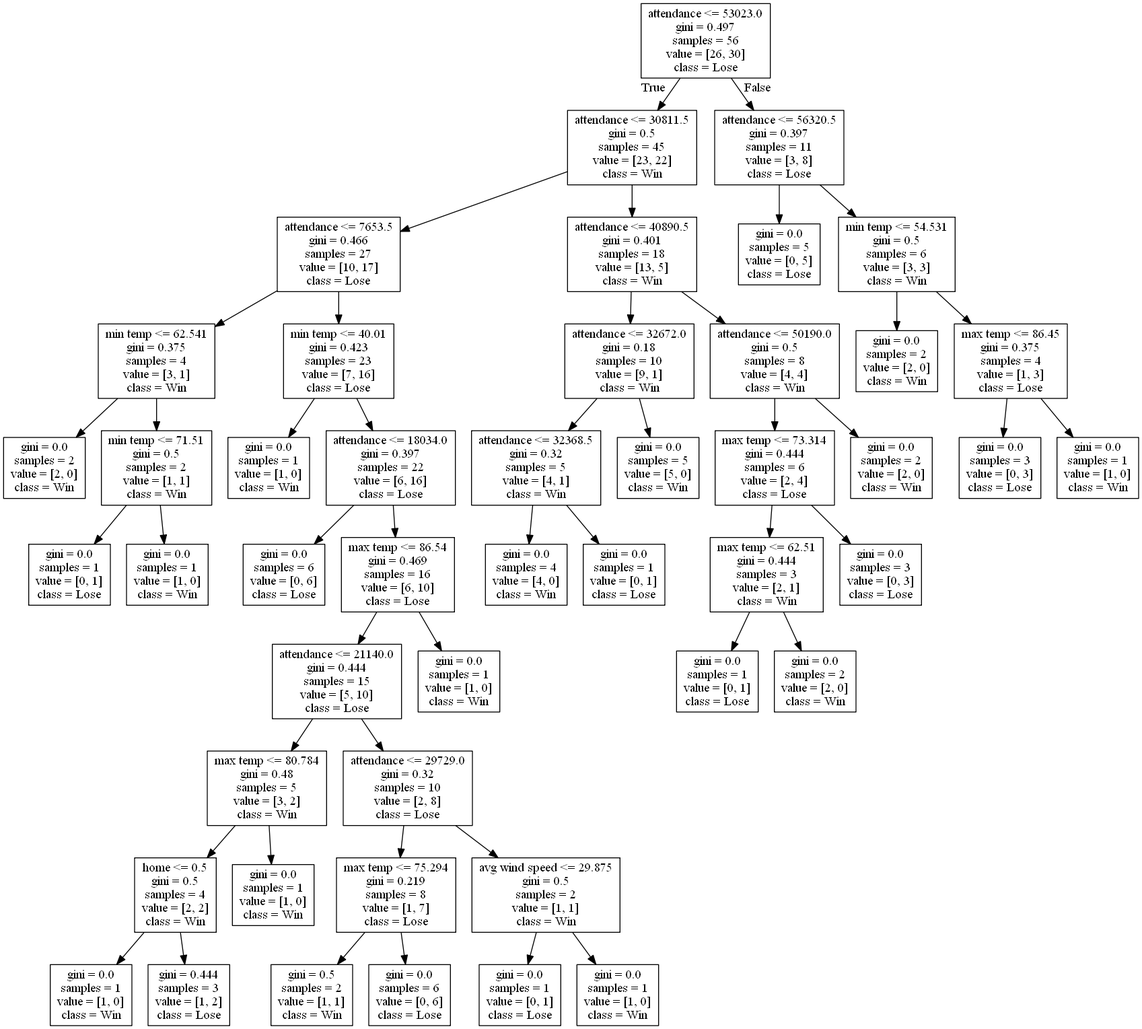
The Graphviz diagram DecisionTrees/decision_tree_no_score7.png in alexana-steck/CSE482Project, before a commit. Its source is kept beside it as DecisionTrees/decision_tree_no_score7.dot.
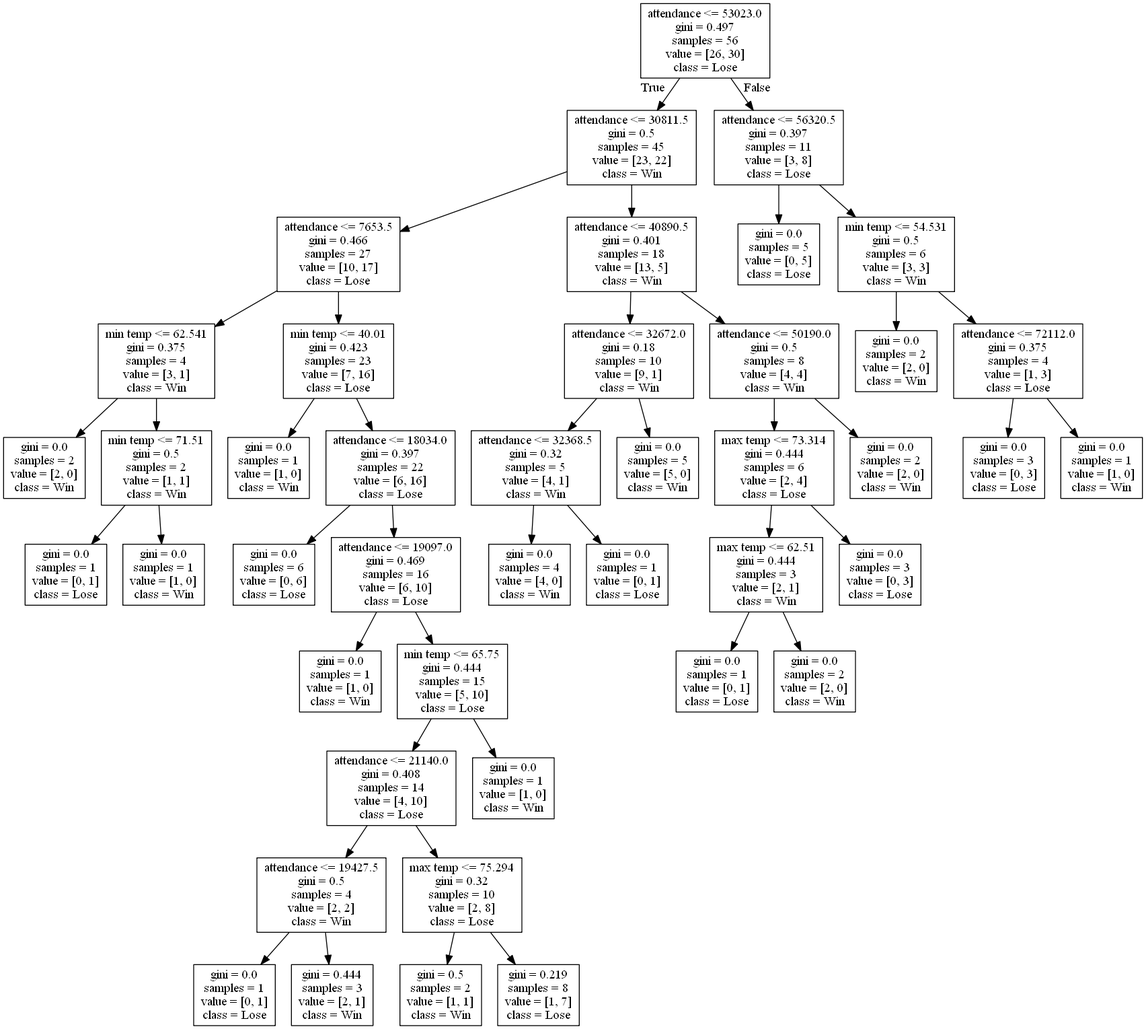
Above is the later version.

What changed in the source:
```diff
@@ -23,74 +23,66 @@
 8 -> 10 ;
 11 [label="gini = 0.0\nsamples = 6\nvalue = [0, 6]\nclass = Lose"] ;
 10 -> 11 ;
-12 [label="max temp <= 86.54\ngini = 0.469\nsamples = 16\nvalue = [6, 10]\nclass = Lose"] ;
+12 [label="attendance <= 19097.0\ngini = 0.469\nsamples = 16\nvalue = [6, 10]\nclass = Lose"] ;
 10 -> 12 ;
-13 [label="attendance <= 21140.0\ngini = 0.444\nsamples = 15\nvalue = [5, 10]\nclass = Lose"] ;
+13 [label="gini = 0.0\nsamples = 1\nvalue = [1, 0]\nclass = Win"] ;
 12 -> 13 ;
-14 [label="max temp <= 80.784\ngini = 0.48\nsamples = 5\nvalue = [3, 2]\nclass = Win"] ;
-13 -> 14 ;
-15 [label="home <= 0.5\ngini = 0.5\nsamples = 4\nvalue = [2, 2]\nclass = Win"] ;
+14 [label="min temp <= 65.75\ngini = 0.444\nsamples = 15\nvalue = [5, 10]\nclass = Lose"] ;
+12 -> 14 ;
+15 [label="attendance <= 21140.0\ngini = 0.408\nsamples = 14\nvalue = [4, 10]\nclass = Lose"] ;
 14 -> 15 ;
-16 [label="gini = 0.0\nsamples = 1\nvalue = [1, 0]\nclass = Win"] ;
+16 [label="attendance <= 19427.5\ngini = 0.5\nsamples = 4\nvalue = [2, 2]\nclass = Win"] ;
 15 -> 16 ;
-17 [label="gini = 0.444\nsamples = 3\nvalue = [1, 2]\nclass = Lose"] ;
-15 -> 17 ;
-18 [label="gini = 0.0\nsamples = 1\nvalue = [1, 0]\nclass = Win"] ;
-14 -> 18 ;
-19 [label="attendance <= 29729.0\ngini = 0.32\nsamples = 10\nvalue = [2, 8]\nclass = Lose"] ;
-13 -> 19 ;
-20 [label="max temp <= 75.294\ngini = 0.219\nsamples = 8\nvalue = [1, 7]\nclass = Lose"] ;
+17 [label="gini = 0.0\nsamples = 1\nvalue = [0, 1]\nclass = Lose"] ;
+16 -> 17 ;
+18 [label="gini = 0.444\nsamples = 3\nvalue = [2, 1]\nclass = Win"] ;
+16 -> 18 ;
+19 [label="max temp <= 75.294\ngini = 0.32\nsamples = 10\nvalue = [2, 8]\nclass = Lose"] ;
+15 -> 19 ;
+20 [label="gini = 0.5\nsamples = 2\nvalue = [1, 1]\nclass = Win"] ;
 19 -> 20 ;
-21 [label="gini = 0.5\nsamples = 2\nvalue = [1, 1]\nclass = Win"] ;
-20 -> 21 ;
-22 [label="gini = 0.0\nsamples = 6\nvalue = [0, 6]\nclass = Lose"] ;
-20 -> 22 ;
-23 [label="avg wind speed <= 29.875\ngini = 0.5\nsamples = 2\nvalue = [1, 1]\nclass = Win"] ;
-19 -> 23 ;
-24 [label="gini = 0.0\nsamples = 1\nvalue = [0, 1]\nclass = Lose"] ;
+21 [label="gini = 0.219\nsamples = 8\nvalue = [1, 7]\nclass = Lose"] ;
+19 -> 21 ;
+22 [label="gini = 0.0\nsamples = 1\nvalue = [1, 0]\nclass = Win"] ;
+14 -> 22 ;
+23 [label="attendance <= 40890.5\ngini = 0.401\nsamples = 18\nvalue = [13, 5]\nclass = Win"] ;
+1 -> 23 ;
+24 [label="attendance <= 32672.0\ngini = 0.18\nsamples = 10\nvalue = [9, 1]\nclass = Win"] ;
 23 -> 24 ;
-25 [label="gini = 0.0\nsamples = 1\nvalue = [1, 0]\nclass = Win"] ;
-23 -> 25 ;
-26 [label="gini = 0.0\nsamples = 1\nvalue = [1, 0]\nclass = Win"] ;
-12 -> 26 ;
-27 [label="attendance <= 40890.5\ngini = 0.401\nsamples = 18\nvalue = [13, 5]\nclass = Win"] ;
-1 -> 27 ;
-28 [label="attendance <= 32672.0\ngini = 0.18\nsamples = 10\nvalue = [9, 1]\nclass = Win"] ;
-27 -> 28 ;
-29 [label="attendance <= 32368.5\ngini = 0.32\nsamples = 5\nvalue = [4, 1]\nclass = Win"] ;
-28 -> 29 ;
-30 [label="gini = 0.0\nsamples = 4\nvalue = [4, 0]\nclass = Win"] ;
+25 [label="attendance <= 32368.5\ngini = 0.32\nsamples = 5\nvalue = [4, 1]\nclass = Win"] ;
+24 -> 25 ;
+26 [label="gini = 0.0\nsamples = 4\nvalue = [4, 0]\nclass = Win"] ;
+25 -> 26 ;
+27 [label="gini = 0.0\nsamples = 1\nvalue = [0, 1]\nclass = Lose"] ;
+25 -> 27 ;
+28 [label="gini = 0.0\nsamples = 5\nvalue = [5, 0]\nclass = Win"] ;
+24 -> 28 ;
+29 [label="attendance <= 50190.0\ngini = 0.5\nsamples = 8\nvalue = [4, 4]\nclass = Win"] ;
+23 -> 29 ;
+30 [label="max temp <= 73.314\ngini = 0.444\nsamples = 6\nvalue = [2, 4]\nclass = Lose"] ;
 29 -> 30 ;
-31 [label="gini = 0.0\nsamples = 1\nvalue = [0, 1]\nclass = Lose"] ;
-29 -> 31 ;
-32 [label="gini = 0.0\nsamples = 5\nvalue = [5, 0]\nclass = Win"] ;
-28 -> 32 ;
-33 [label="attendance <= 50190.0\ngini = 0.5\nsamples = 8\nvalue = [4, 4]\nclass = Win"] ;
-27 -> 33 ;
-34 [label="max temp <= 73.314\ngini = 0.444\nsamples = 6\nvalue = [2, 4]\nclass = Lose"] ;
-33 -> 34 ;
-35 [label="max temp <= 62.51\ngini = 0.444\nsamples = 3\nvalue = [2, 1]\nclass = Win"] ;
-34 -> 35 ;
-36 [label="gini = 0.0\nsamples = 1\nvalue = [0, 1]\nclass = Lose"] ;
-35 -> 36 ;
-37 [label="gini = 0.0\nsamples = 2\nvalue = [2, 0]\nclass = Win"] ;
-35 -> 37 ;
-38 [label="gini = 0.0\nsamples = 3\nvalue = [0, 3]\nclass = Lose"] ;
-34 -> 38 ;
+31 [label="max temp <= 62.51\ngini = 0.444\nsamples = 3\nvalue = [2, 1]\nclass = Win"] ;
+30 -> 31 ;
+32 [label="gini = 0.0\nsamples = 1\nvalue = [0, 1]\nclass = Lose"] ;
+31 -> 32 ;
+33 [label="gini = 0.0\nsamples = 2\nvalue = [2, 0]\nclass = Win"] ;
+31 -> 33 ;
+34 [label="gini = 0.0\nsamples = 3\nvalue = [0, 3]\nclass = Lose"] ;
+30 -> 34 ;
+35 [label="gini = 0.0\nsamples = 2\nvalue = [2, 0]\nclass = Win"] ;
+29 -> 35 ;
+36 [label="attendance <= 56320.5\ngini = 0.397\nsamples = 11\nvalue = [3, 8]\nclass = Lose"] ;
+0 -> 36 [labeldistance=2.5, labelangle=-45, headlabel="False"] ;
+37 [label="gini = 0.0\nsamples = 5\nvalue = [0, 5]\nclass = Lose"] ;
+36 -> 37 ;
+38 [label="min temp <= 54.531\ngini = 0.5\nsamples = 6\nvalue = [3, 3]\nclass = Win"] ;
+36 -> 38 ;
 39 [label="gini = 0.0\nsamples = 2\nvalue = [2, 0]\nclass = Win"] ;
-33 -> 39 ;
-40 [label="attendance <= 56320.5\ngini = 0.397\nsamples = 11\nvalue = [3, 8]\nclass = Lose"] ;
-0 -> 40 [labeldistance=2.5, labelangle=-45, headlabel="False"] ;
-41 [label="gini = 0.0\nsamples = 5\nvalue = [0, 5]\nclass = Lose"] ;
+38 -> 39 ;
+40 [label="attendance <= 72112.0\ngini = 0.375\nsamples = 4\nvalue = [1, 3]\nclass = Lose"] ;
+38 -> 40 ;
+41 [label="gini = 0.0\nsamples = 3\nvalue = [0, 3]\nclass = Lose"] ;
 40 -> 41 ;
-42 [label="min temp <= 54.531\ngini = 0.5\nsamples = 6\nvalue = [3, 3]\nclass = Win"] ;
+42 [label="gini = 0.0\nsamples = 1\nvalue = [1, 0]\nclass = Win"] ;
 40 -> 42 ;
-43 [label="gini = 0.0\nsamples = 2\nvalue = [2, 0]\nclass = Win"] ;
-42 -> 43 ;
-44 [label="max temp <= 86.45\ngini = 0.375\nsamples = 4\nvalue = [1, 3]\nclass = Lose"] ;
-42 -> 44 ;
-45 [label="gini = 0.0\nsamples = 3\nvalue = [0, 3]\nclass = Lose"] ;
-44 -> 45 ;
-46 [label="gini = 0.0\nsamples = 1\nvalue = [1, 0]\nclass = Win"] ;
-44 -> 46 ;
 }
```
